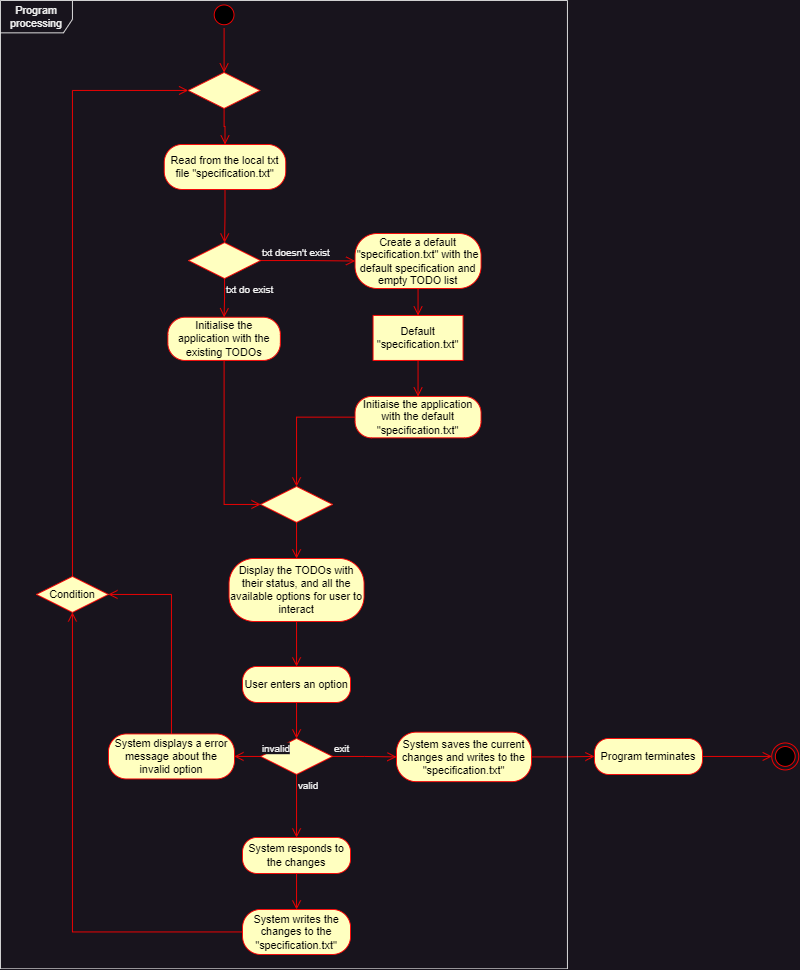
Before: uml_diagrams/images/activity_diagram.png, a diagram exported from draw.io (EvatsugDnalloR/ToDoListConsoleApplication). Source tidied: cells renumbered, new cells last; positions are measured from the earlier drawing's top-left corner, leaving out a move shared by most shapes.
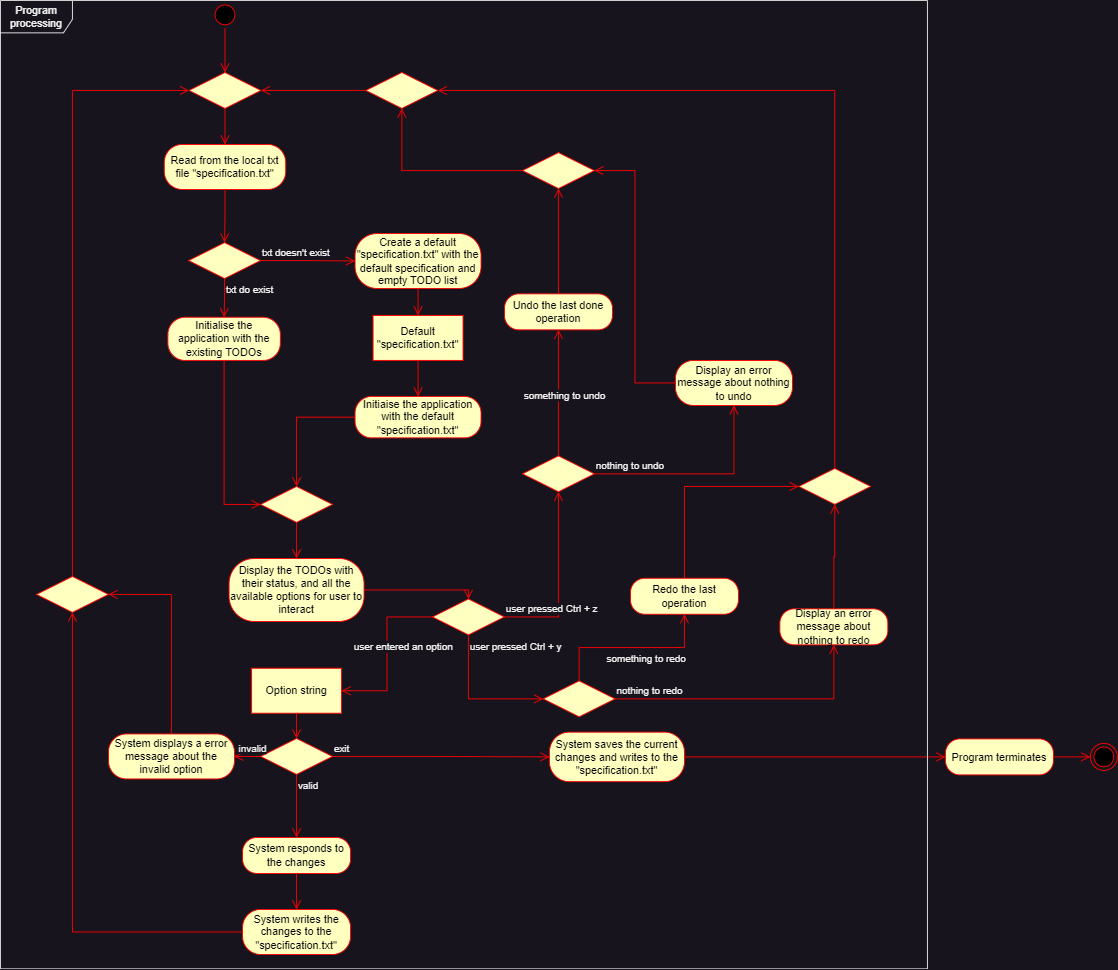
The same diagram one commit later.

Commit message:
updated uml diagram images shown in README.md

Change to the diagram source:
```diff
@@ -26,7 +26,7 @@
     <mxCell id="9" value="Display the TODOs with their status, and all the available options for user to interact" style="rounded=1;whiteSpace=wrap;html=1;arcSize=40;fontColor=#000000;fillColor=#ffffc0;strokeColor=#ff0000;" parent="1" vertex="1">
       <mxGeometry x="254" y="620" width="150" height="70" as="geometry" />
     </mxCell>
-    <mxCell id="10" style="edgeStyle=orthogonalEdgeStyle;html=1;verticalAlign=bottom;endArrow=open;endSize=8;strokeColor=#ff0000;rounded=0;entryX=0.5;entryY=0;entryDx=0;entryDy=0;" parent="1" edge="1" source="9" target="18">
+    <mxCell id="10" style="edgeStyle=orthogonalEdgeStyle;html=1;verticalAlign=bottom;endArrow=open;endSize=8;strokeColor=#ff0000;rounded=0;entryX=0.5;entryY=0;entryDx=0;entryDy=0;" parent="1" edge="1" source="9" target="43">
       <mxGeometry relative="1" as="geometry" />
     </mxCell>
     <mxCell id="11" style="rhombus;whiteSpace=wrap;html=1;fontColor=#000000;fillColor=#ffffc0;strokeColor=#ff0000;" parent="1" vertex="1">
@@ -50,10 +50,7 @@
     <mxCell id="17" style="edgeStyle=orthogonalEdgeStyle;html=1;verticalAlign=bottom;endArrow=open;endSize=8;strokeColor=#ff0000;rounded=0;entryX=0.5;entryY=0;entryDx=0;entryDy=0;" parent="1" edge="1" source="16" target="11">
       <mxGeometry relative="1" as="geometry" />
     </mxCell>
-    <mxCell id="18" value="User enters an option" style="rounded=1;whiteSpace=wrap;html=1;arcSize=40;fontColor=#000000;fillColor=#ffffc0;strokeColor=#ff0000;" parent="1" vertex="1">
-      <mxGeometry x="269" y="740" width="120" height="40" as="geometry" />
-    </mxCell>
-    <mxCell id="19" style="edgeStyle=orthogonalEdgeStyle;html=1;verticalAlign=bottom;endArrow=open;endSize=8;strokeColor=#ff0000;rounded=0;entryX=0.5;entryY=0;entryDx=0;entryDy=0;" parent="1" edge="1" source="18" target="20">
+    <mxCell id="19" style="edgeStyle=orthogonalEdgeStyle;html=1;verticalAlign=bottom;endArrow=open;endSize=8;strokeColor=#ff0000;rounded=0;entryX=0.5;entryY=0;entryDx=0;entryDy=0;exitX=0.5;exitY=1;exitDx=0;exitDy=0;" parent="1" edge="1" source="46" target="20">
       <mxGeometry relative="1" as="geometry" />
     </mxCell>
     <mxCell id="20" style="rhombus;whiteSpace=wrap;html=1;fontColor=#000000;fillColor=#ffffc0;strokeColor=#ff0000;" parent="1" vertex="1">
@@ -83,23 +80,23 @@
     <mxCell id="28" value="Default &quot;specification.txt&quot;" style="whiteSpace=wrap;html=1;fillColor=#ffffc0;strokeColor=#ff0000;fontColor=#000000;" parent="1" vertex="1">
       <mxGeometry x="414" y="350" width="100" height="50" as="geometry" />
     </mxCell>
-    <mxCell id="29" value="Condition" style="rhombus;whiteSpace=wrap;html=1;fontColor=#000000;fillColor=#ffffc0;strokeColor=#ff0000;" parent="1" vertex="1">
+    <mxCell id="29" style="rhombus;whiteSpace=wrap;html=1;fontColor=#000000;fillColor=#ffffc0;strokeColor=#ff0000;" parent="1" vertex="1">
       <mxGeometry x="40" y="640" width="80" height="40" as="geometry" />
     </mxCell>
     <mxCell id="30" value="invalid" style="edgeStyle=orthogonalEdgeStyle;html=1;align=left;verticalAlign=bottom;endArrow=open;endSize=8;strokeColor=#ff0000;rounded=0;exitX=0;exitY=0.5;exitDx=0;exitDy=0;entryX=1;entryY=0.5;entryDx=0;entryDy=0;" parent="1" edge="1" source="20" target="26">
-      <mxGeometry x="-1" relative="1" as="geometry" />
+      <mxGeometry x="0.79" relative="1" as="geometry" />
     </mxCell>
     <mxCell id="31" style="edgeStyle=orthogonalEdgeStyle;html=1;align=left;verticalAlign=top;endArrow=open;endSize=8;strokeColor=#ff0000;rounded=0;exitX=0.5;exitY=0;exitDx=0;exitDy=0;entryX=0;entryY=0.5;entryDx=0;entryDy=0;" parent="1" edge="1" source="29" target="32">
       <mxGeometry x="-1" relative="1" as="geometry" />
     </mxCell>
     <mxCell id="32" style="rhombus;whiteSpace=wrap;html=1;fontColor=#000000;fillColor=#ffffc0;strokeColor=#ff0000;" parent="1" vertex="1">
-      <mxGeometry x="208.5" y="80" width="80" height="40" as="geometry" />
+      <mxGeometry x="209.5" y="80" width="80" height="40" as="geometry" />
     </mxCell>
     <mxCell id="33" style="edgeStyle=orthogonalEdgeStyle;html=1;align=left;verticalAlign=top;endArrow=open;endSize=8;strokeColor=#ff0000;rounded=0;exitX=0.5;exitY=1;exitDx=0;exitDy=0;entryX=0.5;entryY=0;entryDx=0;entryDy=0;" parent="1" edge="1" source="32" target="2">
       <mxGeometry x="-1" relative="1" as="geometry" />
     </mxCell>
     <mxCell id="34" style="ellipse;html=1;shape=startState;fillColor=#000000;strokeColor=#ff0000;" parent="1" vertex="1">
-      <mxGeometry x="233.5" y="1" width="30" height="30" as="geometry" />
+      <mxGeometry x="234.5" y="1" width="30" height="30" as="geometry" />
     </mxCell>
     <mxCell id="35" style="edgeStyle=orthogonalEdgeStyle;html=1;verticalAlign=bottom;endArrow=open;endSize=8;strokeColor=#ff0000;rounded=0;entryX=0.5;entryY=0;entryDx=0;entryDy=0;" parent="1" edge="1" source="34" target="32">
       <mxGeometry relative="1" as="geometry" />
@@ -111,19 +108,94 @@
       <mxGeometry x="-1" relative="1" as="geometry" />
     </mxCell>
     <mxCell id="38" value="System saves the current changes and writes to the &quot;specification.txt&quot;" style="rounded=1;whiteSpace=wrap;html=1;arcSize=40;fontColor=#000000;fillColor=#ffffc0;strokeColor=#ff0000;" parent="1" vertex="1">
-      <mxGeometry x="440" y="813" width="150" height="55" as="geometry" />
+      <mxGeometry x="610" y="813" width="150" height="55" as="geometry" />
     </mxCell>
     <mxCell id="39" style="edgeStyle=orthogonalEdgeStyle;html=1;verticalAlign=bottom;endArrow=open;endSize=8;strokeColor=#ff0000;rounded=0;exitX=1;exitY=0.5;exitDx=0;exitDy=0;" parent="1" edge="1" source="38" target="40">
       <mxGeometry relative="1" as="geometry" />
     </mxCell>
     <mxCell id="40" value="Program terminates" style="rounded=1;whiteSpace=wrap;html=1;arcSize=40;fontColor=#000000;fillColor=#ffffc0;strokeColor=#ff0000;" parent="1" vertex="1">
-      <mxGeometry x="660" y="820" width="120" height="40" as="geometry" />
+      <mxGeometry x="1050" y="820.5" width="120" height="40" as="geometry" />
     </mxCell>
     <mxCell id="41" style="ellipse;html=1;shape=endState;fillColor=#000000;strokeColor=#ff0000;" parent="1" vertex="1">
-      <mxGeometry x="857" y="825" width="30" height="30" as="geometry" />
+      <mxGeometry x="1211" y="825.5" width="30" height="30" as="geometry" />
     </mxCell>
     <mxCell id="42" value="Program processing" style="shape=umlFrame;whiteSpace=wrap;html=1;width=80;height=36;" parent="1" vertex="1">
-      <mxGeometry width="630" height="1076" as="geometry" />
+      <mxGeometry width="1030" height="1076" as="geometry" />
     </mxCell>
+    <mxCell id="43" style="rhombus;whiteSpace=wrap;html=1;fontColor=#000000;fillColor=#ffffc0;strokeColor=#ff0000;" parent="1" vertex="1">
+      <mxGeometry x="480" y="665" width="80" height="40" as="geometry" />
+    </mxCell>
+    <mxCell id="44" value="user pressed Ctrl + z" style="edgeStyle=orthogonalEdgeStyle;html=1;align=left;verticalAlign=bottom;endArrow=open;endSize=8;strokeColor=#ff0000;rounded=0;entryX=0.5;entryY=1;entryDx=0;entryDy=0;" parent="1" edge="1" source="43" target="47">
+      <mxGeometry x="-1" relative="1" as="geometry" />
+    </mxCell>
+    <mxCell id="45" value="user entered an option" style="edgeStyle=orthogonalEdgeStyle;html=1;align=left;verticalAlign=bottom;endArrow=open;endSize=8;strokeColor=#ff0000;rounded=0;exitX=0;exitY=0.5;exitDx=0;exitDy=0;entryX=1;entryY=0.5;entryDx=0;entryDy=0;" parent="1" edge="1" source="43" target="46">
+      <mxGeometry y="-39" relative="1" as="geometry" />
+    </mxCell>
+    <mxCell id="46" value="Option string" style="whiteSpace=wrap;html=1;fillColor=#ffffc0;strokeColor=#ff0000;fontColor=#000000;" parent="1" vertex="1">
+      <mxGeometry x="279" y="742" width="100" height="50" as="geometry" />
+    </mxCell>
+    <mxCell id="47" style="rhombus;whiteSpace=wrap;html=1;fontColor=#000000;fillColor=#ffffc0;strokeColor=#ff0000;" parent="1" vertex="1">
+      <mxGeometry x="580" y="506" width="80" height="40" as="geometry" />
+    </mxCell>
+    <mxCell id="48" value="nothing to undo" style="edgeStyle=orthogonalEdgeStyle;html=1;align=left;verticalAlign=bottom;endArrow=open;endSize=8;strokeColor=#ff0000;rounded=0;entryX=0.5;entryY=1;entryDx=0;entryDy=0;" parent="1" edge="1" source="47" target="52">
+      <mxGeometry x="-1" relative="1" as="geometry" />
+    </mxCell>
+    <mxCell id="49" value="something to undo" style="edgeStyle=orthogonalEdgeStyle;html=1;align=left;verticalAlign=top;endArrow=open;endSize=8;strokeColor=#ff0000;rounded=0;exitX=0.5;exitY=0;exitDx=0;exitDy=0;entryX=0.5;entryY=1;entryDx=0;entryDy=0;" parent="1" edge="1" source="47" target="50">
+      <mxGeometry x="0.14" y="40" relative="1" as="geometry" />
+    </mxCell>
+    <mxCell id="50" value="Undo the last done operation" style="rounded=1;whiteSpace=wrap;html=1;arcSize=40;fontColor=#000000;fillColor=#ffffc0;strokeColor=#ff0000;" parent="1" vertex="1">
+      <mxGeometry x="560" y="326" width="120" height="40" as="geometry" />
+    </mxCell>
+    <mxCell id="51" style="edgeStyle=orthogonalEdgeStyle;html=1;verticalAlign=bottom;endArrow=open;endSize=8;strokeColor=#ff0000;rounded=0;exitX=0.5;exitY=0;exitDx=0;exitDy=0;entryX=0.5;entryY=1;entryDx=0;entryDy=0;" parent="1" edge="1" source="50" target="54">
+      <mxGeometry relative="1" as="geometry" />
+    </mxCell>
+    <mxCell id="52" value="Display an error message about nothing to undo" style="rounded=1;whiteSpace=wrap;html=1;arcSize=40;fontColor=#000000;fillColor=#ffffc0;strokeColor=#ff0000;" parent="1" vertex="1">
+      <mxGeometry x="750" y="400" width="130" height="50" as="geometry" />
+    </mxCell>
+    <mxCell id="53" style="edgeStyle=orthogonalEdgeStyle;html=1;verticalAlign=bottom;endArrow=open;endSize=8;strokeColor=#ff0000;rounded=0;entryX=1;entryY=0.5;entryDx=0;entryDy=0;" parent="1" edge="1" source="52" target="54">
+      <mxGeometry relative="1" as="geometry" />
+    </mxCell>
+    <mxCell id="54" style="rhombus;whiteSpace=wrap;html=1;fontColor=#000000;fillColor=#ffffc0;strokeColor=#ff0000;" parent="1" vertex="1">
+      <mxGeometry x="580" y="169" width="80" height="40" as="geometry" />
+    </mxCell>
+    <mxCell id="55" style="rhombus;whiteSpace=wrap;html=1;fontColor=#000000;fillColor=#ffffc0;strokeColor=#ff0000;" parent="1" vertex="1">
+      <mxGeometry x="406" y="80" width="80" height="40" as="geometry" />
+    </mxCell>
+    <mxCell id="56" style="edgeStyle=orthogonalEdgeStyle;html=1;verticalAlign=bottom;endArrow=open;endSize=8;strokeColor=#ff0000;rounded=0;entryX=1;entryY=0.5;entryDx=0;entryDy=0;exitX=0;exitY=0.5;exitDx=0;exitDy=0;" parent="1" edge="1" source="55" target="32">
+      <mxGeometry relative="1" as="geometry" />
+    </mxCell>
+    <mxCell id="57" style="edgeStyle=orthogonalEdgeStyle;html=1;verticalAlign=bottom;endArrow=open;endSize=8;strokeColor=#ff0000;rounded=0;entryX=0.5;entryY=1;entryDx=0;entryDy=0;exitX=0;exitY=0.5;exitDx=0;exitDy=0;" parent="1" edge="1" source="54" target="55">
+      <mxGeometry relative="1" as="geometry" />
+    </mxCell>
+    <mxCell id="58" style="rhombus;whiteSpace=wrap;html=1;fontColor=#000000;fillColor=#ffffc0;strokeColor=#ff0000;" parent="1" vertex="1">
+      <mxGeometry x="603" y="756" width="80" height="40" as="geometry" />
+    </mxCell>
+    <mxCell id="59" value="nothing to redo" style="edgeStyle=orthogonalEdgeStyle;html=1;align=left;verticalAlign=bottom;endArrow=open;endSize=8;strokeColor=#ff0000;rounded=0;entryX=0.5;entryY=1;entryDx=0;entryDy=0;" parent="1" edge="1" source="58" target="65">
+      <mxGeometry x="-1" relative="1" as="geometry" />
+    </mxCell>
+    <mxCell id="60" value="something to redo" style="edgeStyle=orthogonalEdgeStyle;html=1;align=left;verticalAlign=top;endArrow=open;endSize=8;strokeColor=#ff0000;rounded=0;exitX=0.5;exitY=0;exitDx=0;exitDy=0;entryX=0.5;entryY=1;entryDx=0;entryDy=0;" parent="1" edge="1" source="58" target="62">
+      <mxGeometry x="-0.31" relative="1" as="geometry" />
+    </mxCell>
+    <mxCell id="61" value="user pressed Ctrl + y" style="edgeStyle=orthogonalEdgeStyle;html=1;align=left;verticalAlign=top;endArrow=open;endSize=8;strokeColor=#ff0000;rounded=0;exitX=0.5;exitY=1;exitDx=0;exitDy=0;entryX=0;entryY=0.5;entryDx=0;entryDy=0;" parent="1" edge="1" source="43" target="58">
+      <mxGeometry x="-1" relative="1" as="geometry" />
+    </mxCell>
+    <mxCell id="62" value="Redo the last operation" style="rounded=1;whiteSpace=wrap;html=1;arcSize=40;fontColor=#000000;fillColor=#ffffc0;strokeColor=#ff0000;" parent="1" vertex="1">
+      <mxGeometry x="700" y="642" width="120" height="40" as="geometry" />
+    </mxCell>
+    <mxCell id="63" style="edgeStyle=orthogonalEdgeStyle;html=1;verticalAlign=bottom;endArrow=open;endSize=8;strokeColor=#ff0000;rounded=0;entryX=0;entryY=0.5;entryDx=0;entryDy=0;exitX=0.5;exitY=0;exitDx=0;exitDy=0;" parent="1" edge="1" source="62" target="64">
+      <mxGeometry relative="1" as="geometry" />
+    </mxCell>
+    <mxCell id="64" style="rhombus;whiteSpace=wrap;html=1;fontColor=#000000;fillColor=#ffffc0;strokeColor=#ff0000;" parent="1" vertex="1">
+      <mxGeometry x="887" y="520" width="80" height="40" as="geometry" />
+    </mxCell>
+    <mxCell id="65" value="Display an error message about nothing to redo" style="rounded=1;whiteSpace=wrap;html=1;arcSize=40;fontColor=#000000;fillColor=#ffffc0;strokeColor=#ff0000;" parent="1" vertex="1">
+      <mxGeometry x="866" y="676" width="120" height="40" as="geometry" />
+    </mxCell>
+    <mxCell id="66" style="edgeStyle=orthogonalEdgeStyle;html=1;verticalAlign=bottom;endArrow=open;endSize=8;strokeColor=#ff0000;rounded=0;exitX=0.5;exitY=0;exitDx=0;exitDy=0;entryX=0.5;entryY=1;entryDx=0;entryDy=0;" parent="1" edge="1" source="65" target="64">
+      <mxGeometry relative="1" as="geometry" />
+    </mxCell>
+    <mxCell id="67" style="edgeStyle=orthogonalEdgeStyle;html=1;verticalAlign=bottom;endArrow=open;endSize=8;strokeColor=#ff0000;rounded=0;entryX=1;entryY=0.5;entryDx=0;entryDy=0;exitX=0.5;exitY=0;exitDx=0;exitDy=0;" parent="1" edge="1" source="64" target="55">
+      <mxGeometry relative="1" as="geometry" />
+    </mxCell>
   </root>
 </mxGraphModel>
```
